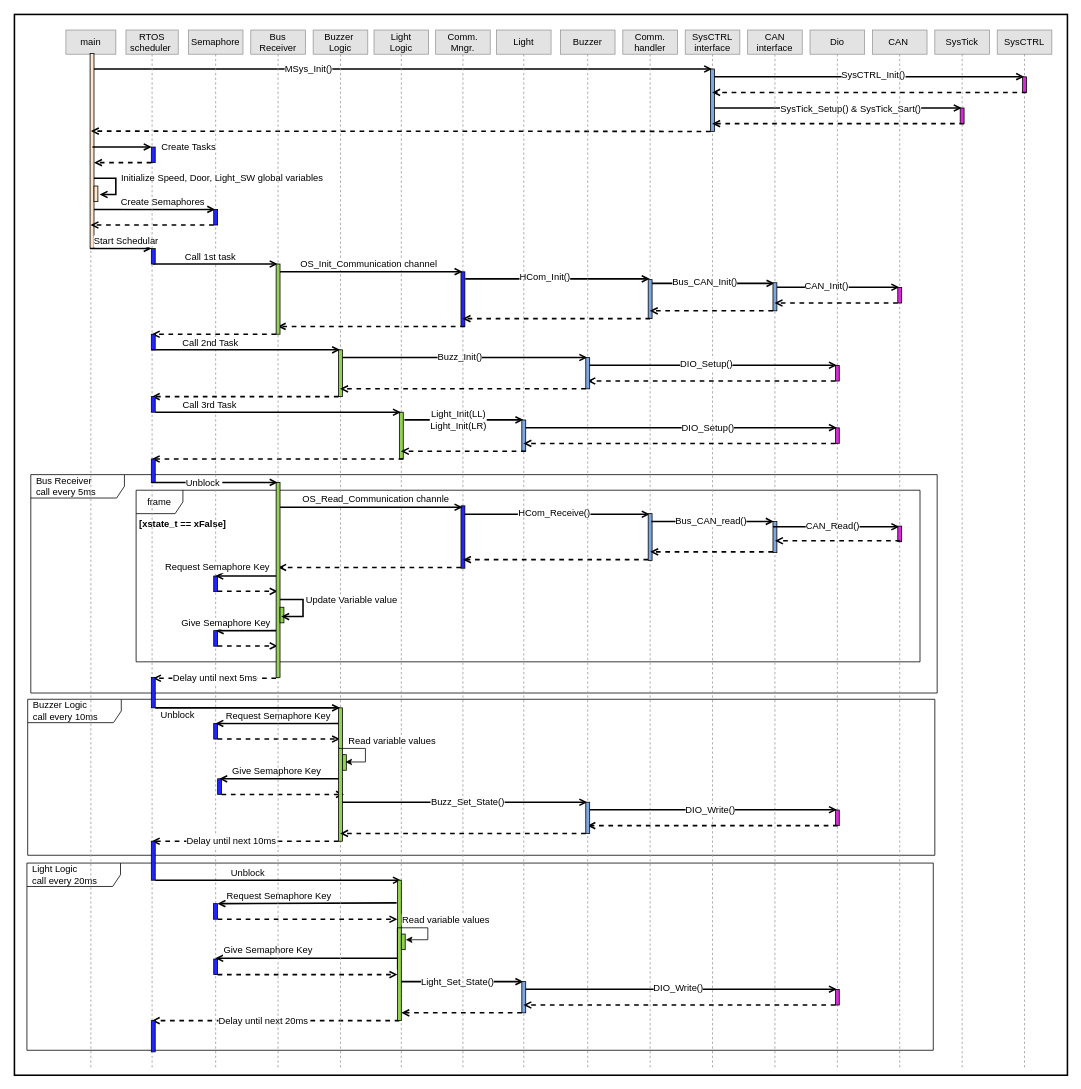
The draw.io diagram page "ECU 2" (7 of 11) of 3-Automotive_Door_Monitor_Dynamic_Deesign-Page.drawio in Mohamed-abdullah-hassan/EG-FWD_Automotive_door_control, before the edit. Source tidied: cells renumbered, new cells numbered last; positions are measured from the earlier drawing's top-left corner, leaving out a move shared by most shapes. Both pictures are drawn from the tidied source at 78%, with x=0, y=0 at pixel (14, 14).
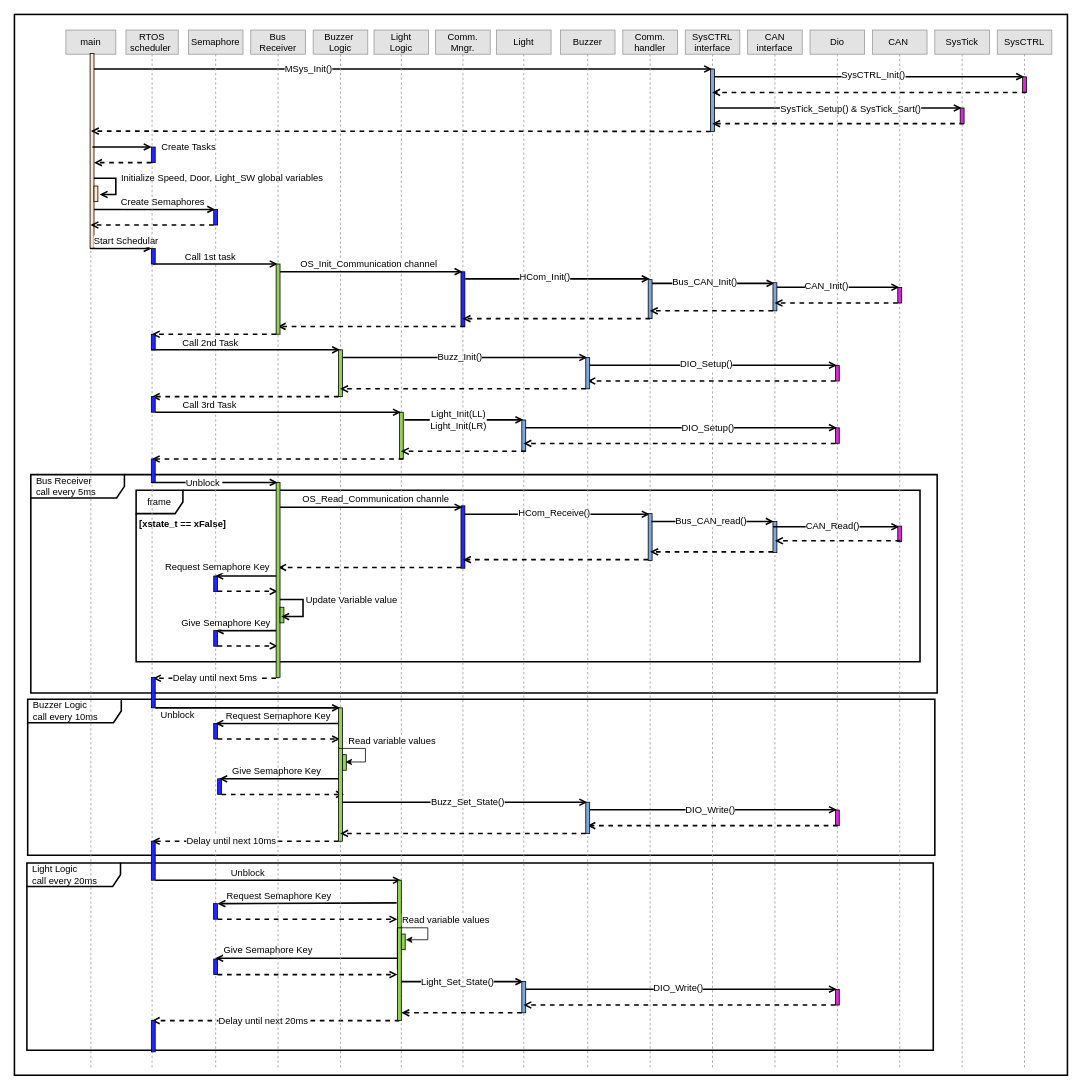
After the change.

Unchanged cells that the change refers to:
```xml
<mxCell id="2" style="rounded=0;whiteSpace=wrap;html=1;strokeWidth=2;" parent="1" vertex="1">
  <mxGeometry width="1350" height="1360" as="geometry" />
</mxCell>
```

Change to the diagram source:
```diff
@@
-    <mxCell id="3" value="Light Logic&amp;nbsp;&lt;br&gt;call every 20ms" style="shape=umlFrame;whiteSpace=wrap;html=1;width=120;height=30;boundedLbl=1;verticalAlign=middle;align=left;spacingLeft=5;strokeWidth=1;strokeColor=#000000;" parent="2" vertex="1">
+    <mxCell id="3" value="Light Logic&amp;nbsp;&lt;br&gt;call every 20ms" style="shape=umlFrame;whiteSpace=wrap;html=1;width=120;height=30;boundedLbl=1;verticalAlign=middle;align=left;spacingLeft=5;strokeWidth=2;strokeColor=#000000;" parent="2" vertex="1">
       <mxGeometry x="16" y="1088" width="1162" height="240" as="geometry" />
     </mxCell>
-    <mxCell id="4" value="Buzzer Logic&amp;nbsp;&lt;br&gt;call every 10ms" style="shape=umlFrame;whiteSpace=wrap;html=1;width=120;height=30;boundedLbl=1;verticalAlign=middle;align=left;spacingLeft=5;strokeWidth=1;strokeColor=#000000;" parent="2" vertex="1">
+    <mxCell id="4" value="Buzzer Logic&amp;nbsp;&lt;br&gt;call every 10ms" style="shape=umlFrame;whiteSpace=wrap;html=1;width=120;height=30;boundedLbl=1;verticalAlign=middle;align=left;spacingLeft=5;strokeWidth=2;strokeColor=#000000;" parent="2" vertex="1">
       <mxGeometry x="17" y="878" width="1163" height="200" as="geometry" />
     </mxCell>
-    <mxCell id="5" value="Bus Receiver&amp;nbsp;&lt;br&gt;call every 5ms" style="shape=umlFrame;whiteSpace=wrap;html=1;width=120;height=30;boundedLbl=1;verticalAlign=middle;align=left;spacingLeft=5;strokeWidth=1;strokeColor=#000000;" parent="2" vertex="1">
+    <mxCell id="5" value="Bus Receiver&amp;nbsp;&lt;br&gt;call every 5ms" style="shape=umlFrame;whiteSpace=wrap;html=1;width=120;height=30;boundedLbl=1;verticalAlign=middle;align=left;spacingLeft=5;strokeWidth=2;strokeColor=#000000;" parent="2" vertex="1">
       <mxGeometry x="21" y="590" width="1162" height="280" as="geometry" />
     </mxCell>
-    <mxCell id="6" value="frame" style="shape=umlFrame;whiteSpace=wrap;html=1;fontSize=12;" parent="5" vertex="1">
+    <mxCell id="6" value="frame" style="shape=umlFrame;whiteSpace=wrap;html=1;fontSize=12;strokeWidth=2;" parent="5" vertex="1">
       <mxGeometry x="135" y="20" width="1005" height="220" as="geometry" />
     </mxCell>
```
